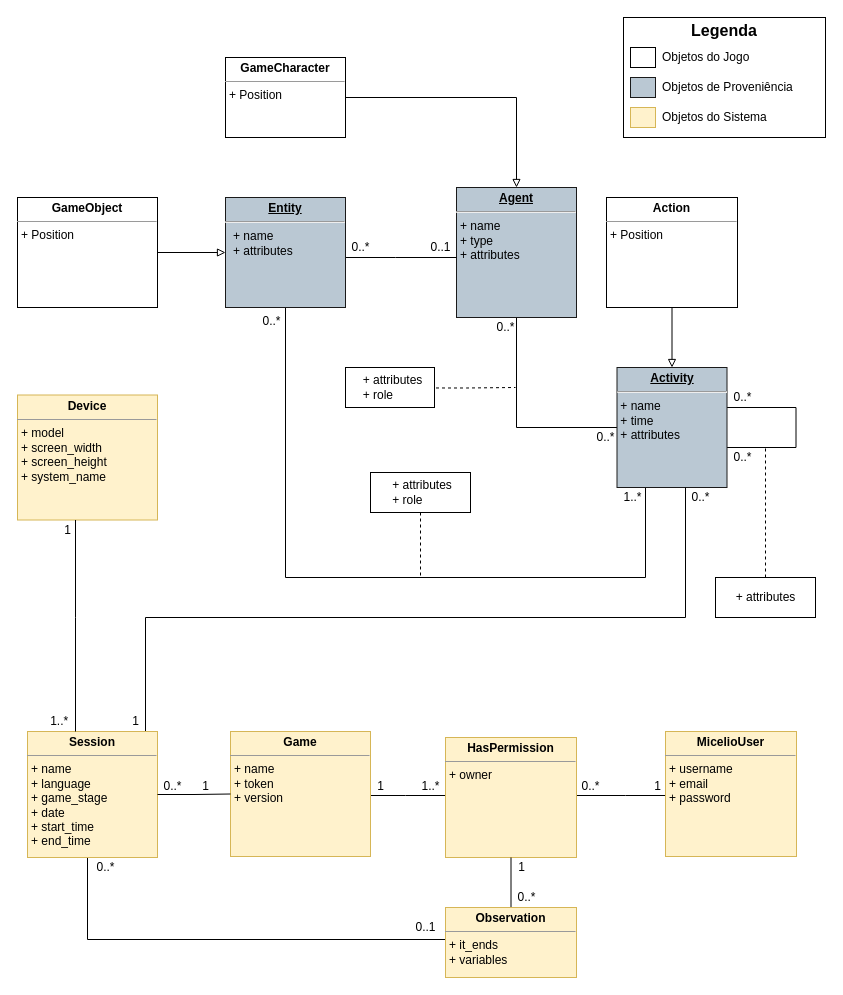
This is page "WebAPI Class Model" (4 of 6) of Documentation/Diagramas/Modelo De Dados Proveniencia.drawio from multisens/micelio, a draw.io file, before an edit. Source tidied: cells renumbered, new cells numbered last; positions are measured from the earlier drawing's top-left corner, leaving out a move shared by most shapes. Both pictures are drawn from the tidied source at 100%, with x=0, y=0 at pixel (17, 17).
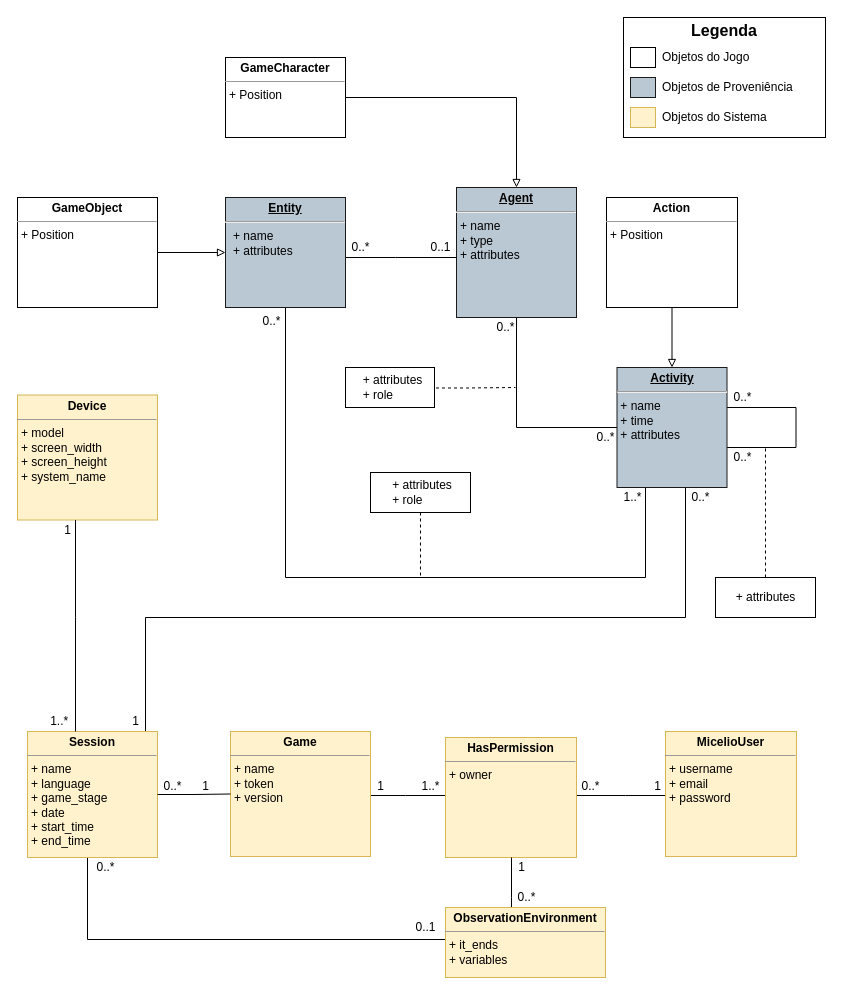
The same diagram, later.

Unchanged cells that the change refers to:
```xml
<mxCell id="50" value="&lt;p style=&quot;margin: 0px ; margin-top: 4px ; text-align: center&quot;&gt;&lt;b&gt;HasPermission&lt;/b&gt;&lt;/p&gt;&lt;hr size=&quot;1&quot;&gt;&lt;p style=&quot;margin: 0px ; margin-left: 4px&quot;&gt;&lt;span style=&quot;text-align: center&quot;&gt;+ owner&amp;nbsp;&lt;/span&gt;&lt;br&gt;&lt;/p&gt;&lt;p style=&quot;margin: 0px ; margin-left: 4px&quot;&gt;&lt;/p&gt;" style="verticalAlign=top;align=left;overflow=fill;fontSize=12;fontFamily=Helvetica;html=1;strokeColor=#d6b656;fillColor=#fff2cc;" parent="1" vertex="1">
  <mxGeometry x="428" y="720" width="131" height="120" as="geometry" />
</mxCell>
```

Diff of the diagram source:
```diff
@@
     <mxCell id="53" style="edgeStyle=orthogonalEdgeStyle;rounded=0;jettySize=auto;html=1;endArrow=none;endFill=0;" parent="1" edge="1" source="54" target="50">
-      <mxGeometry relative="1" as="geometry" />
+      <mxGeometry relative="1" as="geometry">
+        <Array as="points">
+          <mxPoint x="494" y="880" />
+          <mxPoint x="494" y="880" />
+        </Array>
+      </mxGeometry>
     </mxCell>
-    <mxCell id="54" value="&lt;p style=&quot;margin: 0px ; margin-top: 4px ; text-align: center&quot;&gt;&lt;b&gt;Observation&lt;/b&gt;&lt;/p&gt;&lt;hr size=&quot;1&quot;&gt;&lt;p style=&quot;margin: 0px ; margin-left: 4px&quot;&gt;&lt;span style=&quot;text-align: center&quot;&gt;+ it_ends&lt;/span&gt;&lt;br&gt;&lt;/p&gt;&lt;p style=&quot;margin: 0px ; margin-left: 4px&quot;&gt;&lt;span style=&quot;text-align: center&quot;&gt;+ variables&lt;/span&gt;&lt;/p&gt;&lt;p style=&quot;margin: 0px ; margin-left: 4px&quot;&gt;&lt;/p&gt;" style="verticalAlign=top;align=left;overflow=fill;fontSize=12;fontFamily=Helvetica;html=1;strokeColor=#d6b656;fillColor=#fff2cc;" parent="1" vertex="1">
-      <mxGeometry x="428" y="890" width="131" height="70" as="geometry" />
+    <mxCell id="54" value="&lt;p style=&quot;margin: 0px ; margin-top: 4px ; text-align: center&quot;&gt;&lt;b&gt;Observation&lt;/b&gt;&lt;b&gt;Environment&lt;/b&gt;&lt;/p&gt;&lt;hr size=&quot;1&quot;&gt;&lt;p style=&quot;margin: 0px ; margin-left: 4px&quot;&gt;&lt;span style=&quot;text-align: center&quot;&gt;+ it_ends&lt;/span&gt;&lt;br&gt;&lt;/p&gt;&lt;p style=&quot;margin: 0px ; margin-left: 4px&quot;&gt;&lt;span style=&quot;text-align: center&quot;&gt;+ variables&lt;/span&gt;&lt;/p&gt;&lt;p style=&quot;margin: 0px ; margin-left: 4px&quot;&gt;&lt;/p&gt;" style="verticalAlign=top;align=left;overflow=fill;fontSize=12;fontFamily=Helvetica;html=1;strokeColor=#d6b656;fillColor=#fff2cc;" parent="1" vertex="1">
+      <mxGeometry x="428" y="890" width="160" height="70" as="geometry" />
     </mxCell>
```
